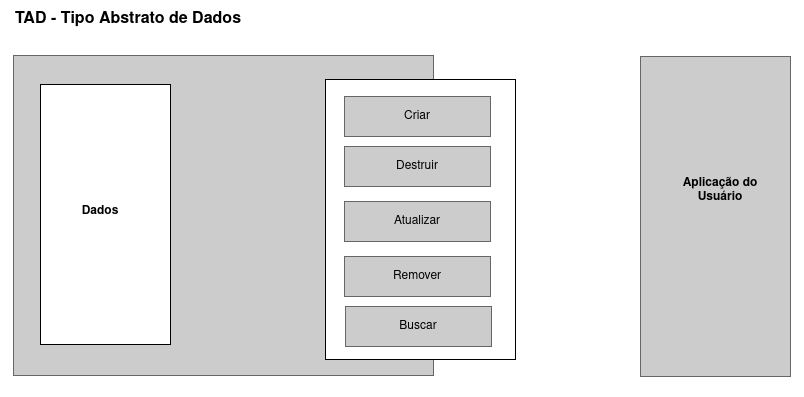
Earlier version of the draw.io export tad-e-vetor-dinamico/tad.png (edersonschmeing/estrutura-de-dados-em-c). Source tidied: cells renumbered, new cells last; positions are measured from the earlier drawing's top-left corner, leaving out a move shared by most shapes.
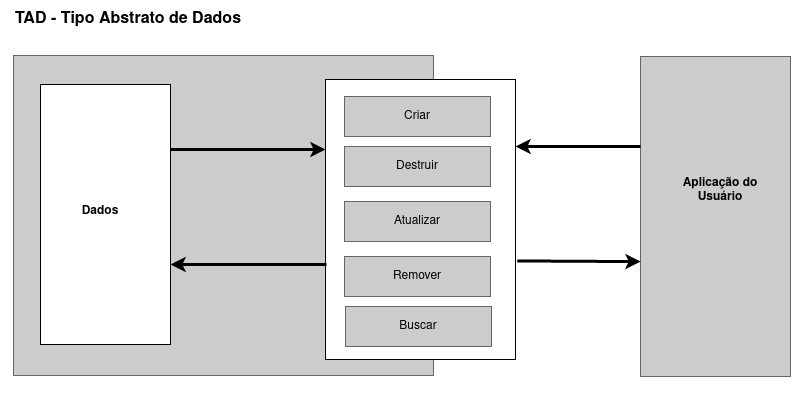
Later version of the same file.

Change to the diagram source:
```diff
@@ -38,8 +38,26 @@
     <mxCell id="13" value="Aplicação do Usuário" style="text;html=1;strokeColor=none;fillColor=none;align=center;verticalAlign=middle;whiteSpace=wrap;rounded=0;fontStyle=1;" parent="1" vertex="1">
       <mxGeometry x="680" y="172" width="80" height="35" as="geometry" />
     </mxCell>
-    <mxCell id="14" value="Dados" style="text;html=1;strokeColor=none;fillColor=none;align=center;verticalAlign=middle;whiteSpace=wrap;rounded=0;fontStyle=1;" parent="1" vertex="1">
-      <mxGeometry x="70" y="201" width="60" height="20" as="geometry" />
+    <mxCell id="14" style="endArrow=classic;html=1;rounded=0;entryX=0;entryY=0.25;entryDx=0;entryDy=0;exitX=1;exitY=0.25;exitDx=0;exitDy=0;strokeWidth=3;" parent="1" edge="1" source="11" target="5">
+      <mxGeometry relative="1" as="geometry" />
     </mxCell>
+    <mxCell id="15" value="Dados" style="text;html=1;strokeColor=none;fillColor=none;align=center;verticalAlign=middle;whiteSpace=wrap;rounded=0;fontStyle=1;" parent="1" vertex="1">
+      <mxGeometry x="70" y="201" width="60" height="20" as="geometry" />
+    </mxCell>
+    <mxCell id="16" style="endArrow=classic;html=1;rounded=0;exitX=0.005;exitY=0.668;exitDx=0;exitDy=0;strokeWidth=3;exitPerimeter=0;" parent="1" edge="1">
+      <mxGeometry relative="1" as="geometry">
+        <mxPoint x="325.9" y="264" as="sourcePoint" />
+        <mxPoint x="170" y="264" as="targetPoint" />
+      </mxGeometry>
+    </mxCell>
+    <mxCell id="17" style="endArrow=classic;html=1;rounded=0;entryX=0.001;entryY=0.641;entryDx=0;entryDy=0;strokeWidth=3;exitX=1.009;exitY=0.648;exitDx=0;exitDy=0;exitPerimeter=0;entryPerimeter=0;" parent="1" edge="1" source="5" target="12">
+      <mxGeometry relative="1" as="geometry" />
+    </mxCell>
+    <mxCell id="18" style="endArrow=classic;html=1;rounded=0;strokeWidth=3;" parent="1" edge="1">
+      <mxGeometry relative="1" as="geometry">
+        <mxPoint x="640" y="146" as="sourcePoint" />
+        <mxPoint x="515" y="146" as="targetPoint" />
+      </mxGeometry>
+    </mxCell>
   </root>
 </mxGraphModel>
```
